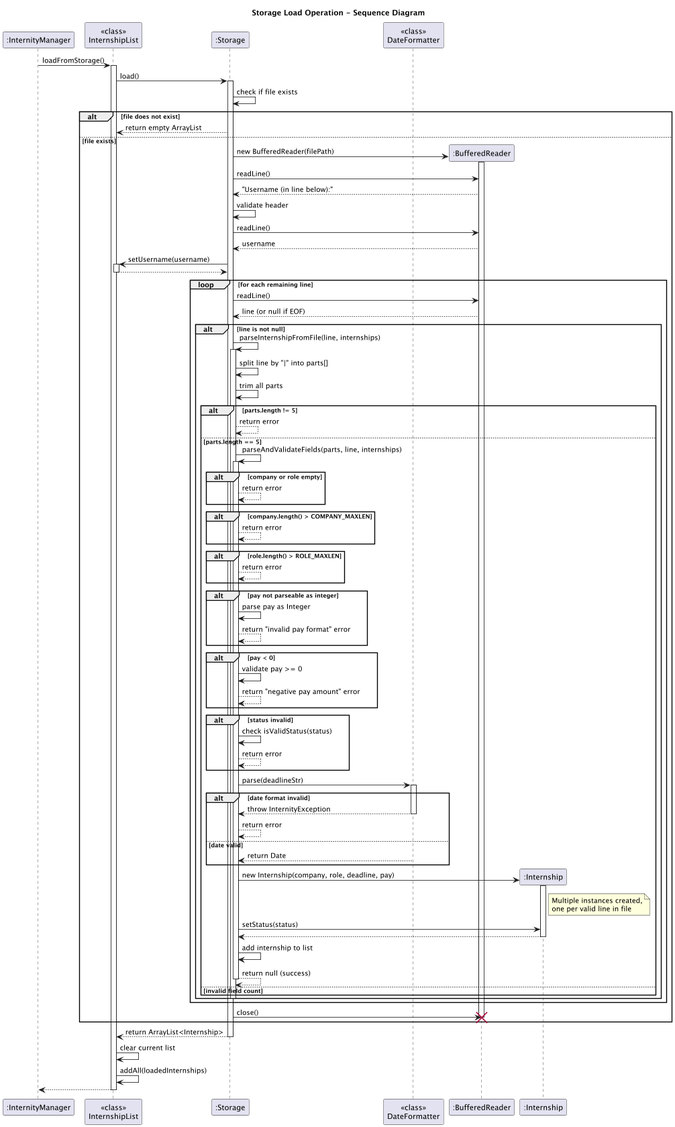
AY2526S1-CS2113-W14-4/tp keeps this PlantUML diagram as docs/diagrams/StorageLoadSD.png. Above is the earlier version. Its diagram source:
```plantuml
@startuml
title Storage Load Operation - Sequence Diagram

participant ":InternityManager" as IM
participant "<<class>>\nInternshipList" as IL
participant ":Storage" as S
participant "<<class>>\nDateFormatter" as DF

IM -> IL: loadFromStorage()
activate IL

IL -> S: load()
activate S

S -> S: check if file exists
alt file does not exist
    S --> IL: return empty ArrayList
else file exists
    create ":BufferedReader" as BR
    S -> BR**: new BufferedReader(filePath)
    activate BR

    S -> BR: readLine()
    BR --> S: "Username (in line below):"

    S -> S: validate header

    S -> BR: readLine()
    BR --> S: username

    S -> IL: setUsername(username)
    activate IL
    IL --> S:
    deactivate IL

    loop for each remaining line
        S -> BR: readLine()
        BR --> S: line (or null if EOF)

        alt line is not null
            S -> S: parseInternshipFromFile(line, internships)
            activate S

            S -> S: split line by "|" into parts[]
            S -> S: trim all parts

            alt parts.length != 5
                S --> S: return error
            else parts.length == 5
                S -> S: parseAndValidateFields(parts, line, internships)
                activate S

                alt company or role empty
                    S --> S: return error
                end

                alt company.length() > COMPANY_MAXLEN
                    S --> S: return error
                end

                alt role.length() > ROLE_MAXLEN
                    S --> S: return error
                end

                alt pay not parseable as integer
                    S -> S: parse pay as Integer
                    S --> S: return "invalid pay format" error
                end

                alt pay < 0
                    S -> S: validate pay >= 0
                    S --> S: return "negative pay amount" error
                end

                alt status invalid
                    S -> S: check isValidStatus(status)
                    S --> S: return error
                end

                S -> DF: parse(deadlineStr)
                activate DF
                alt date format invalid
                    DF --> S: throw InternityException
                    deactivate DF
                    S --> S: return error
                else date valid
                    DF --> S: return Date
                    deactivate DF
                end

                create ":Internship" as Intern
                S -> Intern**: new Internship(company, role, deadline, pay)
                activate Intern
                note right of Intern: Multiple instances created,\none per valid line in file

                S -> Intern: setStatus(status)
                Intern --> S:
                deactivate Intern

                S -> S: add internship to list
                S --> S: return null (success)

                deactivate S
            else invalid field count
            end

            deactivate S
        end
    end

    S -> BR: close()
    deactivate BR
    destroy BR
end

S --> IL: return ArrayList<Internship>
deactivate S

IL -> IL: clear current list
IL -> IL: addAll(loadedInternships)

IL --> IM:
deactivate IL

@enduml
```
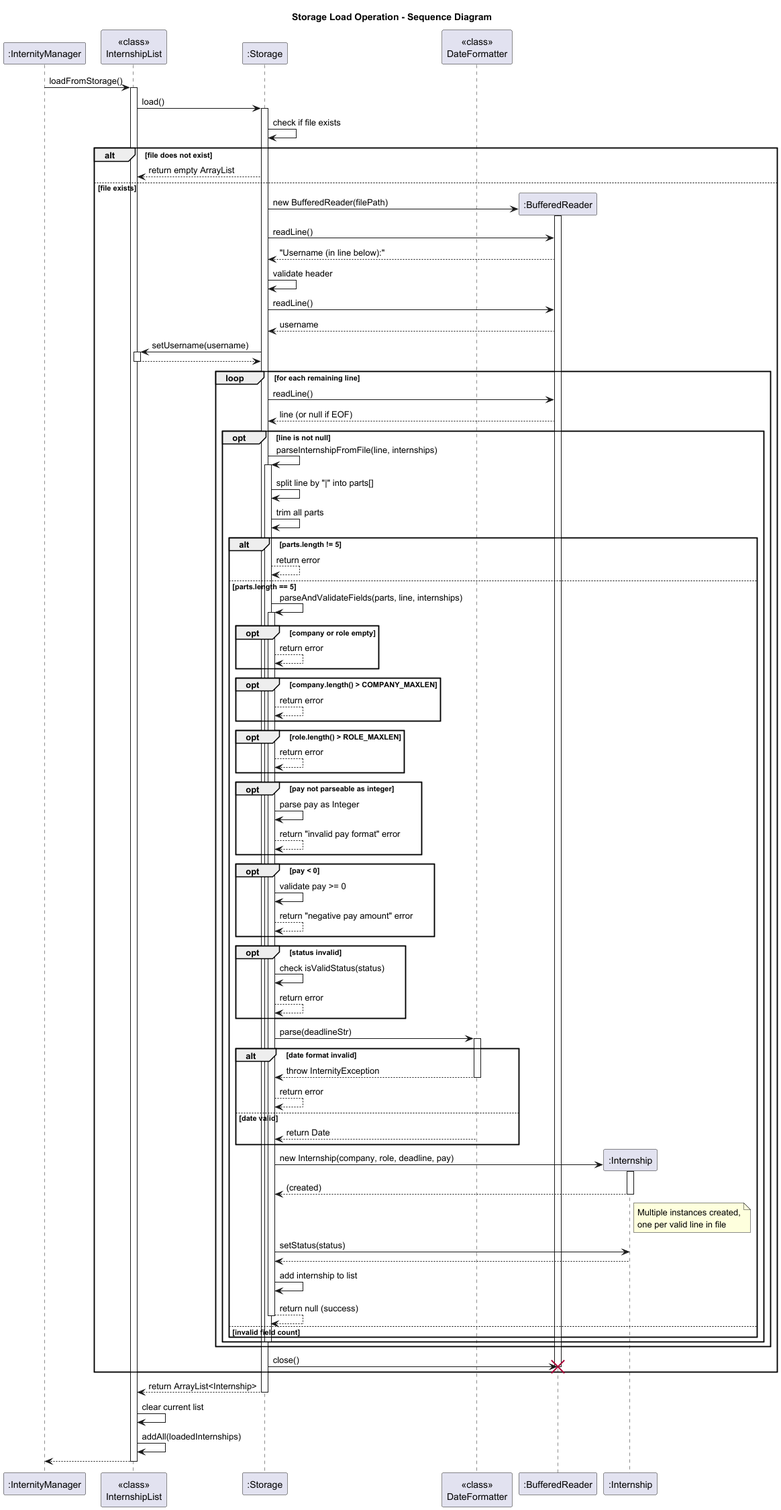
The same file after the commit.

Commit message:
Update storage UML

What changed in the source:
```diff
@@ -37,7 +37,7 @@
         S -> BR: readLine()
         BR --> S: line (or null if EOF)
 
-        alt line is not null
+        opt line is not null
             S -> S: parseInternshipFromFile(line, internships)
             activate S
 
@@ -50,29 +50,29 @@
                 S -> S: parseAndValidateFields(parts, line, internships)
                 activate S
 
-                alt company or role empty
+                opt company or role empty
                     S --> S: return error
                 end
 
-                alt company.length() > COMPANY_MAXLEN
+                opt company.length() > COMPANY_MAXLEN
                     S --> S: return error
                 end
 
-                alt role.length() > ROLE_MAXLEN
+                opt role.length() > ROLE_MAXLEN
                     S --> S: return error
                 end
 
-                alt pay not parseable as integer
+                opt pay not parseable as integer
                     S -> S: parse pay as Integer
                     S --> S: return "invalid pay format" error
                 end
 
-                alt pay < 0
+                opt pay < 0
                     S -> S: validate pay >= 0
                     S --> S: return "negative pay amount" error
                 end
 
-                alt status invalid
+                opt status invalid
                     S -> S: check isValidStatus(status)
                     S --> S: return error
                 end
@@ -91,6 +91,7 @@
                 create ":Internship" as Intern
                 S -> Intern**: new Internship(company, role, deadline, pay)
                 activate Intern
+                return (created)
                 note right of Intern: Multiple instances created,\none per valid line in file
 
                 S -> Intern: setStatus(status)
```
